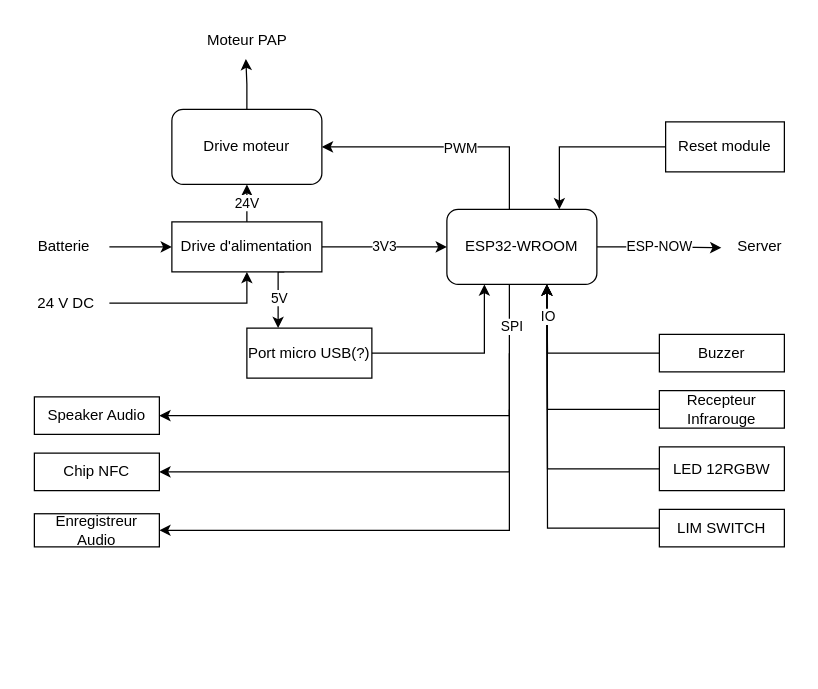
Above: Door/Schéma/Diagramme/Architecture Materiel  Door.drawio in CamFo/SecurityDoor (draw.io), before the change. Source tidied: cells renumbered, new cells numbered last; positions are measured from the earlier drawing's top-left corner, leaving out a move shared by most shapes. Both pictures are drawn from the tidied source at 125%, with x=0, y=0 at pixel (21, 21).
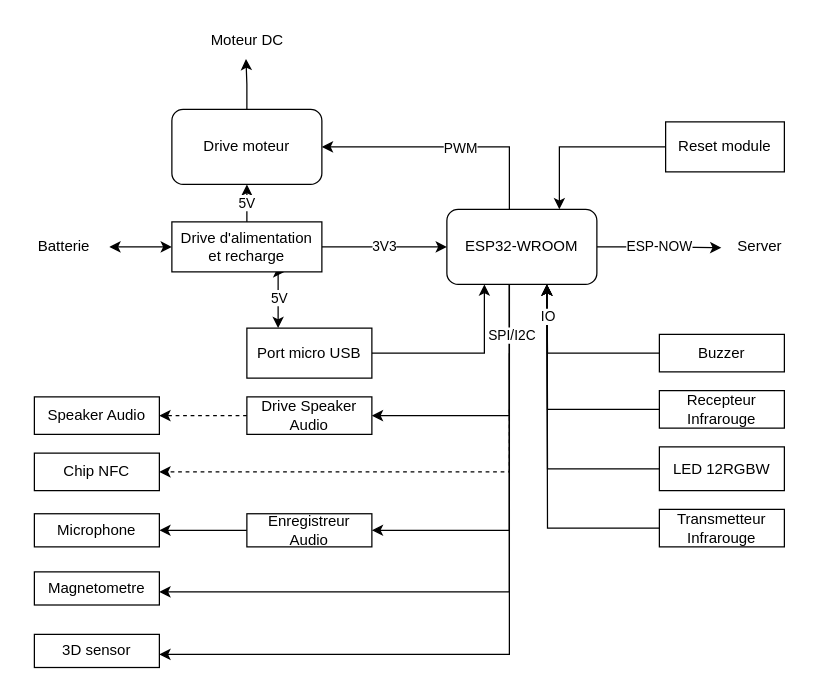
After the change.

Unchanged cells that the change refers to:
```xml
<mxCell id="9" value="ESP32-WROOM" style="rounded=1;whiteSpace=wrap;html=1;strokeWidth=1;" parent="1" vertex="1">
  <mxGeometry x="340" y="150" width="120" height="60" as="geometry" />
</mxCell>
<mxCell id="11" value="Chip NFC" style="rounded=0;whiteSpace=wrap;html=1;" parent="1" vertex="1">
  <mxGeometry x="10" y="345" width="100" height="30" as="geometry" />
</mxCell>
<mxCell id="26" value="Drive moteur" style="rounded=1;whiteSpace=wrap;html=1;strokeWidth=1;" parent="1" vertex="1">
  <mxGeometry x="120" y="70" width="120" height="60" as="geometry" />
</mxCell>
<mxCell id="29" value="Batterie&amp;nbsp;" style="text;html=1;align=center;verticalAlign=middle;points=[];strokeColor=none;fillColor=none;" parent="1" vertex="1">
  <mxGeometry y="165" width="70" height="30" as="geometry" />
</mxCell>
```

Diff of the diagram source:
```diff
@@
     <mxCell id="3" style="edgeStyle=orthogonalEdgeStyle;rounded=0;jettySize=auto;html=1;entryX=1;entryY=0.5;entryDx=0;entryDy=0;" parent="1" edge="1" source="9" target="21">
       <mxGeometry x="-0.78" relative="1" as="geometry">
         <Array as="points">
           <mxPoint x="390" y="407" />
-          <mxPoint x="110" y="407" />
+          <mxPoint x="280" y="407" />
         </Array>
       </mxGeometry>
     </mxCell>
-    <mxCell id="4" value="SPI" style="edgeLabel;html=1;align=center;verticalAlign=middle;" parent="3" vertex="1">
-      <mxGeometry x="-0.86" y="1" relative="1" as="geometry" />
-    </mxCell>
-    <mxCell id="5" style="edgeStyle=orthogonalEdgeStyle;rounded=0;jettySize=auto;html=1;entryX=1;entryY=0.5;entryDx=0;entryDy=0;" parent="1" edge="1" target="11">
+    <mxCell id="5" style="edgeStyle=orthogonalEdgeStyle;rounded=0;jettySize=auto;html=1;entryX=1;entryY=0.5;entryDx=0;entryDy=0;dashed=1;" parent="1" edge="1" target="11">
       <mxGeometry relative="1" as="geometry">
         <mxPoint x="390" y="310" as="sourcePoint" />
         <Array as="points">
           <mxPoint x="390" y="360" />
         </Array>
       </mxGeometry>
     </mxCell>
@@
-    <mxCell id="17" value="24V" style="edgeStyle=orthogonalEdgeStyle;rounded=0;jettySize=auto;html=1;" parent="1" edge="1" source="20" target="26">
+    <mxCell id="17" value="5V" style="edgeStyle=orthogonalEdgeStyle;rounded=0;jettySize=auto;html=1;" parent="1" edge="1" source="20" target="26">
       <mxGeometry relative="1" as="geometry" />
     </mxCell>
-    <mxCell id="18" style="edgeStyle=orthogonalEdgeStyle;rounded=0;jettySize=auto;html=1;exitX=0.75;exitY=1;exitDx=0;exitDy=0;entryX=0.25;entryY=0;entryDx=0;entryDy=0;" parent="1" edge="1" source="20" target="38">
+    <mxCell id="18" style="edgeStyle=orthogonalEdgeStyle;rounded=0;jettySize=auto;html=1;exitX=0.75;exitY=1;exitDx=0;exitDy=0;startArrow=classic;startFill=1;" parent="1" edge="1" source="20">
       <mxGeometry relative="1" as="geometry">
+        <mxPoint x="205" y="245" as="targetPoint" />
         <Array as="points">
           <mxPoint x="205" y="200" />
         </Array>
       </mxGeometry>
     </mxCell>
@@
-    <mxCell id="20" value="Drive d'alimentation" style="whiteSpace=wrap;html=1;rounded=0;strokeWidth=1;" parent="1" vertex="1">
+    <mxCell id="20" value="Drive d'alimentation et recharge" style="whiteSpace=wrap;html=1;rounded=0;strokeWidth=1;" parent="1" vertex="1">
       <mxGeometry x="120" y="160" width="120" height="40" as="geometry" />
     </mxCell>
+    <mxCell id="39" style="edgeStyle=orthogonalEdgeStyle;rounded=0;jettySize=auto;html=1;" parent="1" edge="1" source="21" target="46">
+      <mxGeometry relative="1" as="geometry" />
+    </mxCell>
     <mxCell id="21" value="Enregistreur Audio" style="rounded=0;whiteSpace=wrap;html=1;" parent="1" vertex="1">
-      <mxGeometry x="10" y="393.5" width="100" height="26.5" as="geometry" />
+      <mxGeometry x="180" y="393.5" width="100" height="26.5" as="geometry" />
     </mxCell>
@@
+    <mxCell id="40" style="edgeStyle=orthogonalEdgeStyle;rounded=0;jettySize=auto;html=1;dashed=1;" parent="1" edge="1" source="24" target="47">
+      <mxGeometry relative="1" as="geometry" />
+    </mxCell>
-    <mxCell id="24" value="Speaker Audio" style="rounded=0;whiteSpace=wrap;html=1;" parent="1" vertex="1">
-      <mxGeometry x="10" y="300" width="100" height="30" as="geometry" />
+    <mxCell id="24" value="Drive Speaker Audio" style="rounded=0;whiteSpace=wrap;html=1;" parent="1" vertex="1">
+      <mxGeometry x="180" y="300" width="100" height="30" as="geometry" />
     </mxCell>
@@
-    <mxCell id="27" value="Moteur PAP" style="text;html=1;align=center;verticalAlign=middle;points=[];strokeColor=none;fillColor=none;" parent="1" vertex="1">
-      <mxGeometry x="135" width="90" height="30" as="geometry" />
+    <mxCell id="27" value="Moteur DC" style="text;html=1;align=center;verticalAlign=middle;points=[];strokeColor=none;fillColor=none;" parent="1" vertex="1">
+      <mxGeometry x="140" width="80" height="30" as="geometry" />
     </mxCell>
-    <mxCell id="28" style="edgeStyle=orthogonalEdgeStyle;rounded=0;jettySize=auto;html=1;" parent="1" edge="1" source="29" target="20">
+    <mxCell id="28" style="edgeStyle=orthogonalEdgeStyle;rounded=0;jettySize=auto;html=1;startArrow=classic;startFill=1;" parent="1" edge="1" source="29" target="20">
       <mxGeometry relative="1" as="geometry" />
     </mxCell>
@@
-    <mxCell id="30" style="edgeStyle=orthogonalEdgeStyle;rounded=0;jettySize=auto;html=1;entryX=0.5;entryY=1;entryDx=0;entryDy=0;" parent="1" edge="1" source="31" target="20">
-      <mxGeometry relative="1" as="geometry" />
-    </mxCell>
-    <mxCell id="31" value="24 V DC" style="text;html=1;align=center;verticalAlign=middle;points=[];strokeColor=none;fillColor=none;" parent="1" vertex="1">
-      <mxGeometry y="210" width="70" height="30" as="geometry" />
-    </mxCell>
@@
-    <mxCell id="34" value="LIM SWITCH" style="rounded=0;whiteSpace=wrap;html=1;" parent="1" vertex="1">
+    <mxCell id="34" value="Transmetteur Infrarouge" style="rounded=0;whiteSpace=wrap;html=1;" parent="1" vertex="1">
       <mxGeometry x="510" y="390" width="100" height="30" as="geometry" />
     </mxCell>
@@
-    <mxCell id="38" value="Port micro USB(?)" style="rounded=0;whiteSpace=wrap;html=1;" parent="1" vertex="1">
+    <mxCell id="38" value="Port micro USB" style="rounded=0;whiteSpace=wrap;html=1;" parent="1" vertex="1">
       <mxGeometry x="180" y="245" width="100" height="40" as="geometry" />
     </mxCell>
+    <mxCell id="41" style="edgeStyle=orthogonalEdgeStyle;rounded=0;jettySize=auto;html=1;entryX=1;entryY=0.5;entryDx=0;entryDy=0;exitX=0.417;exitY=1;exitDx=0;exitDy=0;exitPerimeter=0;" parent="1" edge="1" source="9">
+      <mxGeometry x="-0.78" relative="1" as="geometry">
+        <mxPoint x="110" y="456" as="targetPoint" />
+        <Array as="points">
+          <mxPoint x="390" y="456" />
+        </Array>
+      </mxGeometry>
+    </mxCell>
+    <mxCell id="42" value="Magnetometre" style="rounded=0;whiteSpace=wrap;html=1;" parent="1" vertex="1">
+      <mxGeometry x="10" y="440" width="100" height="26.5" as="geometry" />
+    </mxCell>
+    <mxCell id="43" style="edgeStyle=orthogonalEdgeStyle;rounded=0;orthogonalLoop=1;jettySize=auto;html=1;entryX=1;entryY=0.5;entryDx=0;entryDy=0;" parent="1" edge="1">
+      <mxGeometry x="-0.78" relative="1" as="geometry">
+        <mxPoint x="390" y="210" as="sourcePoint" />
+        <mxPoint x="110" y="506" as="targetPoint" />
+        <Array as="points">
+          <mxPoint x="390" y="506" />
+        </Array>
+      </mxGeometry>
+    </mxCell>
+    <mxCell id="44" value="SPI/I2C" style="edgeLabel;html=1;align=center;verticalAlign=middle;" parent="43" vertex="1">
+      <mxGeometry x="-0.86" y="1" relative="1" as="geometry" />
+    </mxCell>
+    <mxCell id="45" value="3D sensor" style="rounded=0;whiteSpace=wrap;html=1;" parent="1" vertex="1">
+      <mxGeometry x="10" y="490" width="100" height="26.5" as="geometry" />
+    </mxCell>
+    <mxCell id="46" value="Microphone" style="rounded=0;whiteSpace=wrap;html=1;" parent="1" vertex="1">
+      <mxGeometry x="10" y="393.5" width="100" height="26.5" as="geometry" />
+    </mxCell>
+    <mxCell id="47" value="Speaker Audio" style="rounded=0;whiteSpace=wrap;html=1;" parent="1" vertex="1">
+      <mxGeometry x="10" y="300" width="100" height="30" as="geometry" />
+    </mxCell>
```
